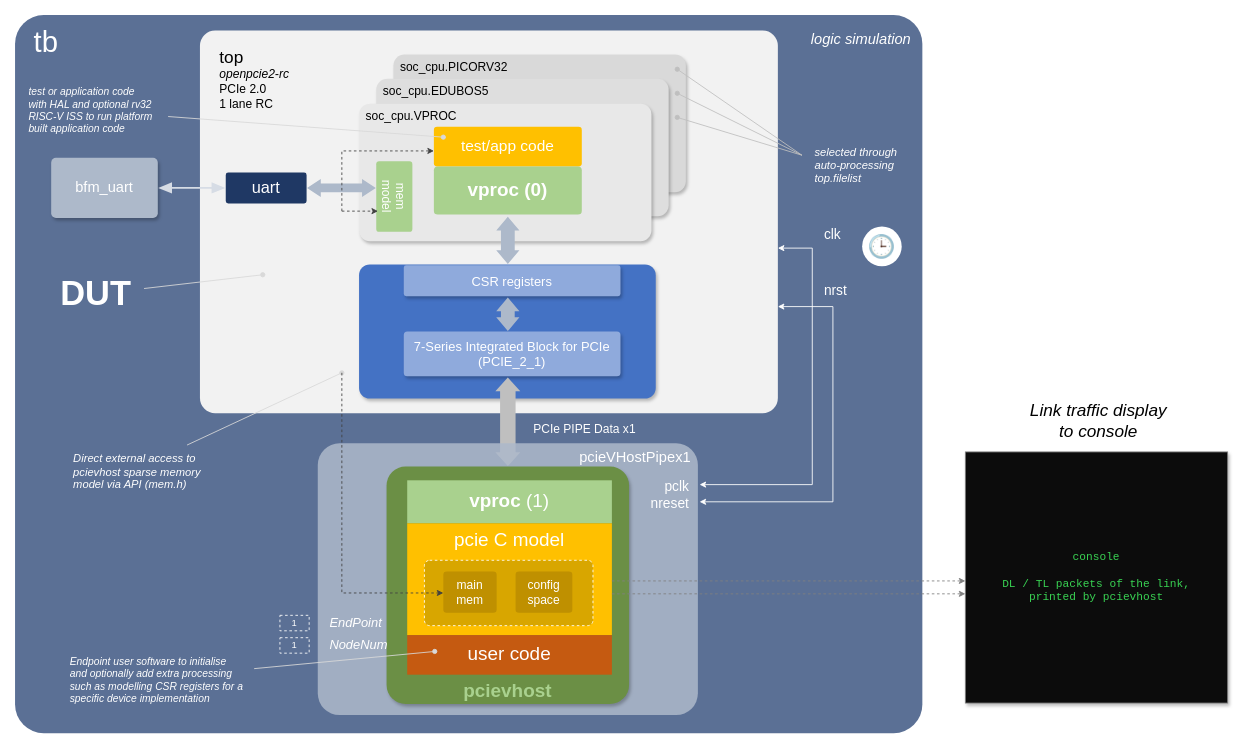
Earlier version of the draw.io diagram 0.doc/5.sim/tb-structure.drawio (chili-chips-ba/openPCIE). Source tidied: cells renumbered, new cells numbered last; positions are measured from the earlier drawing's top-left corner, leaving out a move shared by most shapes. Both pictures are drawn from the tidied source at 86%, with x=0, y=0 at pixel (15, 15).
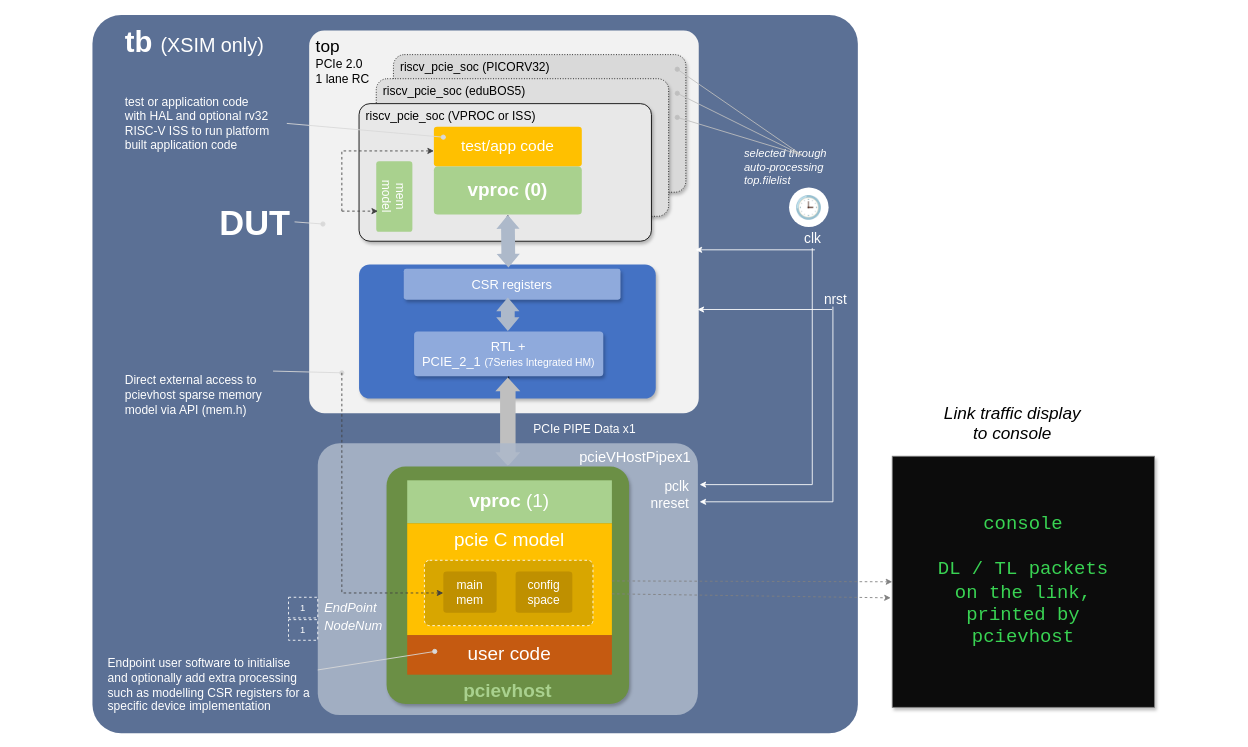
Above is the later version.

Commit message (it also covers changes not shown here):
block diagram touchups

Unchanged cells that the change refers to:
```xml
<mxCell id="11" value="&lt;b&gt;vproc&lt;/b&gt; (0)" style="rounded=1;whiteSpace=wrap;html=1;arcSize=8;fillColor=#a9d18e;strokeColor=none;fontColor=#ffffff;fontSize=22;fontStyle=0;align=center;verticalAlign=middle;spacingLeft=6;spacingRight=6;fontStyle=1;" parent="1" vertex="1">
  <mxGeometry x="487" y="176" width="172" height="56" as="geometry" />
</mxCell>
<mxCell id="17" style="rounded=1;whiteSpace=wrap;html=1;arcSize=8;fillColor=#4472c4;strokeColor=none;fontColor=#ffffff;fontSize=13;fontStyle=0;align=center;verticalAlign=middle;spacingLeft=6;spacingRight=6;shadow=1;" parent="1" vertex="1">
  <mxGeometry x="400" y="290" width="345" height="156" as="geometry" />
</mxCell>
<mxCell id="40" value="pcievhost" style="rounded=1;whiteSpace=wrap;html=1;arcSize=8;fillColor=#6b8f45;strokeColor=none;fontColor=#a9d18e;fontSize=22;fontStyle=0;align=center;verticalAlign=bottom;spacingLeft=6;spacingRight=6;shadow=1;fontStyle=1;" parent="1" vertex="1">
  <mxGeometry x="432" y="525" width="282" height="276" as="geometry" />
</mxCell>
```

Diff of the diagram source:
```diff
@@
     <mxCell id="2" style="rounded=1;whiteSpace=wrap;html=1;arcSize=8;fillColor=#5b7095;strokeColor=none;fontColor=#ffffff;fontSize=13;fontStyle=0;align=center;verticalAlign=middle;spacingLeft=6;spacingRight=6;arcSize=4;" parent="1" vertex="1">
-      <mxGeometry width="1055" height="835" as="geometry" />
+      <mxGeometry x="90" width="890" height="835" as="geometry" />
     </mxCell>
-    <mxCell id="3" value="tb" style="rounded=0;whiteSpace=wrap;html=1;arcSize=8;fillColor=none;strokeColor=none;fontColor=#ffffff;fontSize=34;fontStyle=0;align=left;verticalAlign=middle;spacingLeft=6;spacingRight=6;" parent="1" vertex="1">
-      <mxGeometry x="14" y="6" width="80" height="50" as="geometry" />
+    <mxCell id="3" value="&lt;b&gt;tb&lt;/b&gt; &lt;font style=&quot;font-size: 23px;&quot;&gt;(XSIM only)&lt;/font&gt;" style="rounded=0;whiteSpace=wrap;html=1;arcSize=8;fillColor=none;strokeColor=none;fontColor=#ffffff;fontSize=34;fontStyle=0;align=left;verticalAlign=middle;spacingLeft=6;spacingRight=6;" parent="1" vertex="1">
+      <mxGeometry x="120" y="8" width="180" height="48" as="geometry" />
     </mxCell>
-    <mxCell id="4" value="logic simulation" style="rounded=0;whiteSpace=wrap;html=1;arcSize=8;fillColor=none;strokeColor=none;fontColor=#ffffff;fontSize=17;fontStyle=2;align=right;verticalAlign=middle;spacingLeft=6;spacingRight=6;" parent="1" vertex="1">
-      <mxGeometry x="850" y="16" width="200" height="26" as="geometry" />
-    </mxCell>
     <mxCell id="5" style="rounded=1;whiteSpace=wrap;html=1;arcSize=8;fillColor=#f2f2f2;strokeColor=none;fontColor=#ffffff;fontSize=13;fontStyle=0;align=center;verticalAlign=middle;spacingLeft=6;spacingRight=6;arcSize=4;" parent="1" vertex="1">
-      <mxGeometry x="215" y="18" width="672" height="445" as="geometry" />
+      <mxGeometry x="342" y="18" width="453" height="445" as="geometry" />
     </mxCell>
-    <mxCell id="6" value="&lt;span style=&quot;font-size:20px&quot;&gt;top&lt;/span&gt;&lt;br&gt;&lt;i&gt;openpcie2-rc&lt;/i&gt;&lt;br&gt;PCIe 2.0&lt;br&gt;1 lane RC" style="rounded=0;whiteSpace=wrap;html=1;arcSize=8;fillColor=none;strokeColor=none;fontColor=#000000;fontSize=14;fontStyle=0;align=left;verticalAlign=top;spacingLeft=6;spacingRight=6;" parent="1" vertex="1">
-      <mxGeometry x="230" y="30" width="160" height="100" as="geometry" />
+    <mxCell id="6" value="&lt;span style=&quot;font-size:20px&quot;&gt;top&lt;/span&gt;&lt;br&gt;PCIe 2.0&lt;br&gt;1 lane RC" style="rounded=0;whiteSpace=wrap;html=1;arcSize=8;fillColor=none;strokeColor=none;fontColor=#000000;fontSize=14;fontStyle=0;align=left;verticalAlign=top;spacingLeft=6;spacingRight=6;" parent="1" vertex="1">
+      <mxGeometry x="342" y="18" width="160" height="100" as="geometry" />
     </mxCell>
-    <mxCell id="7" value="soc_cpu.PICORV32" style="rounded=1;whiteSpace=wrap;html=1;arcSize=8;fillColor=#d9d9d9;strokeColor=none;fontColor=#000000;fontSize=14;fontStyle=0;align=left;verticalAlign=top;spacingLeft=6;spacingRight=6;shadow=1;" parent="1" vertex="1">
+    <mxCell id="7" value="riscv_pcie_soc (PICORV32)" style="rounded=1;whiteSpace=wrap;html=1;arcSize=8;fillColor=#d9d9d9;strokeColor=default;fontColor=#000000;fontSize=14;fontStyle=0;align=left;verticalAlign=top;spacingLeft=6;spacingRight=6;shadow=1;dashed=1;dashPattern=1 2;" parent="1" vertex="1">
       <mxGeometry x="440" y="46" width="340" height="160" as="geometry" />
     </mxCell>
-    <mxCell id="8" value="soc_cpu.EDUBOS5" style="rounded=1;whiteSpace=wrap;html=1;arcSize=8;fillColor=#dedede;strokeColor=none;fontColor=#000000;fontSize=14;fontStyle=0;align=left;verticalAlign=top;spacingLeft=6;spacingRight=6;shadow=1;" parent="1" vertex="1">
+    <mxCell id="8" value="riscv_pcie_soc (eduBOS5)" style="rounded=1;whiteSpace=wrap;html=1;arcSize=8;fillColor=#dedede;strokeColor=default;fontColor=#000000;fontSize=14;fontStyle=0;align=left;verticalAlign=top;spacingLeft=6;spacingRight=6;shadow=1;dashed=1;dashPattern=1 2;" parent="1" vertex="1">
       <mxGeometry x="420" y="74" width="340" height="160" as="geometry" />
     </mxCell>
-    <mxCell id="9" value="soc_cpu.VPROC" style="rounded=1;whiteSpace=wrap;html=1;arcSize=8;fillColor=#e8e8e8;strokeColor=none;fontColor=#000000;fontSize=14;fontStyle=0;align=left;verticalAlign=top;spacingLeft=6;spacingRight=6;shadow=1;" parent="1" vertex="1">
+    <mxCell id="9" value="riscv_pcie_soc (VPROC or ISS)" style="rounded=1;whiteSpace=wrap;html=1;arcSize=8;fillColor=#e8e8e8;strokeColor=default;fontColor=#000000;fontSize=14;fontStyle=0;align=left;verticalAlign=top;spacingLeft=6;spacingRight=6;shadow=1;" parent="1" vertex="1">
       <mxGeometry x="400" y="103" width="340" height="160" as="geometry" />
     </mxCell>
@@
-    <mxCell id="13" value="uart" style="rounded=1;whiteSpace=wrap;html=1;arcSize=8;fillColor=#1f3864;strokeColor=none;fontColor=#ffffff;fontSize=19;fontStyle=0;align=center;verticalAlign=middle;spacingLeft=6;spacingRight=6;" parent="1" vertex="1">
-      <mxGeometry x="245" y="183" width="94" height="36" as="geometry" />
-    </mxCell>
-    <mxCell id="14" value="bfm_uart" style="rounded=1;whiteSpace=wrap;html=1;arcSize=8;fillColor=#adb9ca;strokeColor=none;fontColor=#ffffff;fontSize=17;fontStyle=0;align=center;verticalAlign=middle;spacingLeft=6;spacingRight=6;shadow=1;" parent="1" vertex="1">
-      <mxGeometry x="42" y="166" width="124" height="70" as="geometry" />
-    </mxCell>
-    <mxCell id="15" style="shape=flexArrow;html=1;endArrow=block;endSize=5;startArrow=block;startSize=5;width=2;endWidth=10;startWidth=10;fillColor=#d6dce5;strokeColor=none;fontColor=#ffffff;fontSize=13;fontStyle=1;" parent="1" edge="1">
-      <mxGeometry relative="1" as="geometry">
-        <mxPoint x="166" y="201" as="sourcePoint" />
-        <mxPoint x="245" y="201" as="targetPoint" />
-      </mxGeometry>
-    </mxCell>
-    <mxCell id="16" style="shape=flexArrow;html=1;endArrow=block;endSize=5;startArrow=block;startSize=5;width=10;endWidth=10;startWidth=10;fillColor=#adb9ca;strokeColor=none;fontColor=#ffffff;fontSize=13;fontStyle=1;" parent="1" edge="1">
-      <mxGeometry relative="1" as="geometry">
-        <mxPoint x="339" y="201" as="sourcePoint" />
-        <mxPoint x="420" y="201" as="targetPoint" />
-      </mxGeometry>
-    </mxCell>
+    <mxCell id="63" style="edgeStyle=orthogonalEdgeStyle;rounded=0;jettySize=auto;html=1;" parent="1" edge="1" source="17" target="11">
+      <mxGeometry relative="1" as="geometry" />
+    </mxCell>
@@
     <mxCell id="18" value="CSR registers" style="rounded=1;whiteSpace=wrap;html=1;arcSize=8;fillColor=#8faadc;strokeColor=none;fontColor=#ffffff;fontSize=15;fontStyle=0;align=center;verticalAlign=middle;spacingLeft=6;spacingRight=6;shadow=1;" parent="1" vertex="1">
-      <mxGeometry x="452" y="291" width="252" height="36" as="geometry" />
+      <mxGeometry x="452" y="295" width="252" height="36" as="geometry" />
     </mxCell>
+    <mxCell id="64" style="edgeStyle=orthogonalEdgeStyle;rounded=0;jettySize=auto;html=1;" parent="1" edge="1" source="19" target="40">
+      <mxGeometry relative="1" as="geometry" />
+    </mxCell>
-    <mxCell id="19" value="7-Series Integrated Block for PCIe&lt;br&gt;(PCIE_2_1)" style="rounded=1;whiteSpace=wrap;html=1;arcSize=8;fillColor=#8faadc;strokeColor=none;fontColor=#ffffff;fontSize=15;fontStyle=0;align=center;verticalAlign=middle;spacingLeft=6;spacingRight=6;shadow=1;" parent="1" vertex="1">
-      <mxGeometry x="452" y="368" width="252" height="52" as="geometry" />
+    <mxCell id="19" value="RTL +&lt;div&gt;PCIE_2_1 &lt;font style=&quot;font-size: 12px;&quot;&gt;(7Series Integrated HM)&lt;/font&gt;&lt;/div&gt;" style="rounded=1;whiteSpace=wrap;html=1;arcSize=8;fillColor=#8faadc;strokeColor=none;fontColor=#ffffff;fontSize=15;fontStyle=0;align=center;verticalAlign=middle;spacingLeft=6;spacingRight=6;shadow=1;" parent="1" vertex="1">
+      <mxGeometry x="464" y="368" width="220" height="52" as="geometry" />
     </mxCell>
-    <mxCell id="20" style="shape=flexArrow;html=1;endArrow=block;endSize=5;startArrow=block;startSize=5;width=16;endWidth=10;startWidth=10;fillColor=#adb9ca;strokeColor=none;fontColor=#ffffff;fontSize=13;fontStyle=1;" parent="1" edge="1">
+    <mxCell id="20" style="shape=flexArrow;html=1;endArrow=block;endSize=5;startArrow=block;startSize=5;width=16;endWidth=10;startWidth=10;fillColor=#adb9ca;strokeColor=none;fontColor=#ffffff;fontSize=13;fontStyle=1;exitX=0.5;exitY=1;exitDx=0;exitDy=0;" parent="1" edge="1" source="11">
       <mxGeometry relative="1" as="geometry">
-        <mxPoint x="573" y="234" as="sourcePoint" />
-        <mxPoint x="573" y="290" as="targetPoint" />
+        <mxPoint x="573.7" y="294.1" as="targetPoint" />
       </mxGeometry>
     </mxCell>
@@
     <mxCell id="24" value="DUT" style="rounded=0;whiteSpace=wrap;html=1;arcSize=8;fillColor=none;strokeColor=none;fontColor=#ffffff;fontSize=40;fontStyle=1;align=left;verticalAlign=middle;spacingLeft=6;spacingRight=6;" parent="1" vertex="1">
-      <mxGeometry x="45" y="293" width="140" height="60" as="geometry" />
+      <mxGeometry x="230" y="210.5" width="95" height="60" as="geometry" />
     </mxCell>
-    <mxCell id="25" style="html=1;endArrow=oval;endSize=5;strokeColor=#d9d9d9;rounded=0;" parent="1" edge="1">
+    <mxCell id="25" style="html=1;endArrow=oval;endSize=5;strokeColor=#d9d9d9;rounded=0;exitX=1;exitY=0.5;exitDx=0;exitDy=0;" parent="1" edge="1" source="24">
       <mxGeometry relative="1" as="geometry">
-        <mxPoint x="150" y="318" as="sourcePoint" />
-        <mxPoint x="288" y="302" as="targetPoint" />
+        <mxPoint x="358" y="243" as="targetPoint" />
       </mxGeometry>
     </mxCell>
-    <mxCell id="26" value="test or application code&lt;br&gt;with HAL and optional rv32&lt;br&gt;RISC-V ISS to run platform&lt;br&gt;built application code" style="rounded=0;whiteSpace=wrap;html=1;arcSize=8;fillColor=none;strokeColor=none;fontColor=#ffffff;fontSize=12;fontStyle=2;align=left;verticalAlign=middle;spacingLeft=6;spacingRight=6;" parent="1" vertex="1">
-      <mxGeometry x="8" y="76" width="210" height="70" as="geometry" />
+    <mxCell id="26" value="&lt;span style=&quot;font-style: normal;&quot;&gt;&lt;font style=&quot;font-size: 14px;&quot;&gt;test or application code&lt;br&gt;with HAL and optional rv32&lt;br&gt;RISC-V ISS to run platform&lt;br&gt;built application code&lt;/font&gt;&lt;/span&gt;" style="rounded=0;whiteSpace=wrap;html=1;arcSize=8;fillColor=none;strokeColor=none;fontColor=#ffffff;fontSize=12;fontStyle=2;align=left;verticalAlign=middle;spacingLeft=6;spacingRight=6;" parent="1" vertex="1">
+      <mxGeometry x="120" y="91" width="196" height="70" as="geometry" />
     </mxCell>
-    <mxCell id="27" style="html=1;endArrow=oval;endSize=5;strokeColor=#d9d9d9;rounded=0;" parent="1" edge="1">
+    <mxCell id="27" style="html=1;endArrow=oval;endSize=5;strokeColor=#d9d9d9;rounded=0;exitX=1;exitY=0.5;exitDx=0;exitDy=0;" parent="1" edge="1" source="26">
       <mxGeometry relative="1" as="geometry">
-        <mxPoint x="178" y="118" as="sourcePoint" />
         <mxPoint x="498" y="142" as="targetPoint" />
       </mxGeometry>
     </mxCell>
     <mxCell id="28" value="selected through&lt;br&gt;auto-processing&lt;br&gt;top.filelist" style="rounded=0;whiteSpace=wrap;html=1;arcSize=8;fillColor=none;strokeColor=none;fontColor=#ffffff;fontSize=13;fontStyle=2;align=left;verticalAlign=middle;spacingLeft=6;spacingRight=6;" parent="1" vertex="1">
-      <mxGeometry x="922" y="146" width="140" height="58" as="geometry" />
+      <mxGeometry x="840" y="148" width="140" height="58" as="geometry" />
     </mxCell>
@@
     <mxCell id="32" value="clk" style="rounded=0;whiteSpace=wrap;html=1;arcSize=8;fillColor=none;strokeColor=none;fontColor=#ffffff;fontSize=16;fontStyle=0;align=left;verticalAlign=middle;spacingLeft=6;spacingRight=6;" parent="1" vertex="1">
-      <mxGeometry x="933" y="243" width="50" height="24" as="geometry" />
+      <mxGeometry x="910" y="246.5" width="50" height="24" as="geometry" />
     </mxCell>
     <mxCell id="33" value="&amp;#x1F552;" style="rounded=0;whiteSpace=wrap;html=1;arcSize=8;fillColor=#ffffff;strokeColor=none;fontColor=#000000;fontSize=26;fontStyle=0;align=center;verticalAlign=middle;spacingLeft=6;spacingRight=6;ellipse;" parent="1" vertex="1">
-      <mxGeometry x="985" y="246" width="46" height="46" as="geometry" />
+      <mxGeometry x="900" y="200.5" width="46" height="46" as="geometry" />
     </mxCell>
     <mxCell id="34" value="nrst" style="rounded=0;whiteSpace=wrap;html=1;arcSize=8;fillColor=none;strokeColor=none;fontColor=#ffffff;fontSize=16;fontStyle=0;align=left;verticalAlign=middle;spacingLeft=6;spacingRight=6;" parent="1" vertex="1">
-      <mxGeometry x="933" y="308" width="60" height="24" as="geometry" />
+      <mxGeometry x="933" y="318" width="60" height="24" as="geometry" />
     </mxCell>
-    <mxCell id="35" style="html=1;endArrow=classic;endSize=5;strokeColor=#ffffff;rounded=0;" parent="1" edge="1">
+    <mxCell id="35" style="html=1;endArrow=classic;endSize=5;strokeColor=#ffffff;rounded=0;entryX=0.992;entryY=0.573;entryDx=0;entryDy=0;entryPerimeter=0;" parent="1" edge="1" target="5">
       <mxGeometry relative="1" as="geometry">
-        <mxPoint x="927" y="271" as="sourcePoint" />
-        <mxPoint x="887" y="271" as="targetPoint" />
+        <mxPoint x="930" y="273" as="sourcePoint" />
       </mxGeometry>
     </mxCell>
-    <mxCell id="36" style="html=1;endArrow=classic;endSize=5;strokeColor=#ffffff;rounded=0;" parent="1" edge="1">
+    <mxCell id="36" style="html=1;endArrow=classic;endSize=5;strokeColor=#ffffff;rounded=0;entryX=0.997;entryY=0.729;entryDx=0;entryDy=0;entryPerimeter=0;" parent="1" edge="1" target="5">
       <mxGeometry relative="1" as="geometry">
-        <mxPoint x="951" y="339" as="sourcePoint" />
-        <mxPoint x="887" y="339" as="targetPoint" />
+        <mxPoint x="950" y="342.4" as="sourcePoint" />
       </mxGeometry>
     </mxCell>
@@
     <mxCell id="48" value="EndPoint" style="rounded=0;whiteSpace=wrap;html=1;arcSize=8;fillColor=none;strokeColor=none;fontColor=#ffffff;fontSize=15;fontStyle=2;align=left;verticalAlign=middle;spacingLeft=6;spacingRight=6;" parent="1" vertex="1">
-      <mxGeometry x="358" y="696" width="80" height="20" as="geometry" />
+      <mxGeometry x="352" y="677" width="80" height="24" as="geometry" />
     </mxCell>
     <mxCell id="49" value="NodeNum" style="rounded=0;whiteSpace=wrap;html=1;arcSize=8;fillColor=none;strokeColor=none;fontColor=#ffffff;fontSize=15;fontStyle=2;align=left;verticalAlign=middle;spacingLeft=6;spacingRight=6;" parent="1" vertex="1">
-      <mxGeometry x="358" y="722" width="80" height="20" as="geometry" />
+      <mxGeometry x="352" y="699" width="80" height="20" as="geometry" />
     </mxCell>
     <mxCell id="50" value="1" style="rounded=0;whiteSpace=wrap;html=1;arcSize=8;fillColor=none;strokeColor=#ffffff;fontColor=#ffffff;fontSize=11;fontStyle=0;align=center;verticalAlign=middle;spacingLeft=6;spacingRight=6;dashed=1;" parent="1" vertex="1">
-      <mxGeometry x="308" y="698" width="34" height="18" as="geometry" />
+      <mxGeometry x="318" y="677" width="34" height="24" as="geometry" />
     </mxCell>
     <mxCell id="51" value="1" style="rounded=0;whiteSpace=wrap;html=1;arcSize=8;fillColor=none;strokeColor=#ffffff;fontColor=#ffffff;fontSize=11;fontStyle=0;align=center;verticalAlign=middle;spacingLeft=6;spacingRight=6;dashed=1;" parent="1" vertex="1">
-      <mxGeometry x="308" y="724" width="34" height="18" as="geometry" />
+      <mxGeometry x="318" y="703" width="34" height="24" as="geometry" />
     </mxCell>
-    <mxCell id="52" value="Direct external access to&lt;br&gt;pcievhost sparse memory&lt;br&gt;model via API (mem.h)" style="rounded=0;whiteSpace=wrap;html=1;arcSize=8;fillColor=none;strokeColor=none;fontColor=#ffffff;fontSize=13;fontStyle=2;align=left;verticalAlign=middle;spacingLeft=6;spacingRight=6;" parent="1" vertex="1">
-      <mxGeometry x="60" y="503" width="220" height="56" as="geometry" />
+    <mxCell id="52" value="&lt;span style=&quot;font-style: normal;&quot;&gt;&lt;font style=&quot;font-size: 14px;&quot;&gt;Direct external access to&lt;br&gt;pcievhost sparse memory&lt;br&gt;model via API (mem.h)&lt;/font&gt;&lt;/span&gt;" style="rounded=0;whiteSpace=wrap;html=1;arcSize=8;fillColor=none;strokeColor=none;fontColor=#ffffff;fontSize=13;fontStyle=2;align=left;verticalAlign=middle;spacingLeft=6;spacingRight=6;" parent="1" vertex="1">
+      <mxGeometry x="120" y="414" width="180" height="56" as="geometry" />
     </mxCell>
-    <mxCell id="53" style="html=1;endArrow=oval;endSize=5;strokeColor=#d9d9d9;rounded=0;" parent="1" edge="1">
+    <mxCell id="53" style="html=1;endArrow=oval;endSize=5;strokeColor=#d9d9d9;rounded=0;exitX=1;exitY=0;exitDx=0;exitDy=0;" parent="1" edge="1" source="52">
       <mxGeometry relative="1" as="geometry">
-        <mxPoint x="200" y="500" as="sourcePoint" />
         <mxPoint x="380" y="416" as="targetPoint" />
       </mxGeometry>
     </mxCell>
@@
-    <mxCell id="57" value="Endpoint user software to initialise&lt;br&gt;and optionally add extra processing&lt;br&gt;such as modelling CSR registers for a&lt;br&gt;specific device implementation" style="rounded=0;whiteSpace=wrap;html=1;arcSize=8;fillColor=none;strokeColor=none;fontColor=#ffffff;fontSize=12;fontStyle=2;align=left;verticalAlign=middle;spacingLeft=6;spacingRight=6;" parent="1" vertex="1">
-      <mxGeometry x="56" y="738" width="230" height="70" as="geometry" />
+    <mxCell id="57" value="&lt;span style=&quot;font-style: normal;&quot;&gt;&lt;font style=&quot;font-size: 14px;&quot;&gt;Endpoint user software to initialise&lt;br&gt;and optionally add extra processing&lt;br&gt;such as modelling CSR registers for a&lt;br&gt;specific device implementation&lt;/font&gt;&lt;/span&gt;" style="rounded=0;whiteSpace=wrap;html=1;arcSize=8;fillColor=none;strokeColor=none;fontColor=#ffffff;fontSize=12;fontStyle=2;align=left;verticalAlign=middle;spacingLeft=6;spacingRight=6;" parent="1" vertex="1">
+      <mxGeometry x="100" y="744" width="252" height="70" as="geometry" />
     </mxCell>
-    <mxCell id="58" style="html=1;endArrow=oval;endSize=5;strokeColor=#d9d9d9;rounded=0;" parent="1" edge="1">
+    <mxCell id="58" style="html=1;endArrow=oval;endSize=5;strokeColor=#d9d9d9;rounded=0;exitX=1;exitY=0.25;exitDx=0;exitDy=0;" parent="1" edge="1" source="57">
       <mxGeometry relative="1" as="geometry">
-        <mxPoint x="278" y="760" as="sourcePoint" />
         <mxPoint x="488" y="740" as="targetPoint" />
       </mxGeometry>
     </mxCell>
     <mxCell id="59" value="Link traffic display&lt;br&gt;to console" style="rounded=0;whiteSpace=wrap;html=1;arcSize=8;fillColor=none;strokeColor=none;fontColor=#000000;fontSize=20;fontStyle=2;align=center;verticalAlign=middle;spacingLeft=6;spacingRight=6;" parent="1" vertex="1">
-      <mxGeometry x="1140" y="443" width="240" height="56" as="geometry" />
+      <mxGeometry x="1040" y="446" width="240" height="56" as="geometry" />
     </mxCell>
-    <mxCell id="60" value="console&lt;br&gt;&lt;br&gt;DL / TL packets of the link,&lt;br&gt;printed by pcievhost" style="rounded=0;whiteSpace=wrap;html=1;arcSize=8;fillColor=#0c0c0c;strokeColor=#7f7f7f;fontColor=#39d353;fontSize=13;fontStyle=0;align=center;verticalAlign=middle;spacingLeft=6;spacingRight=6;fontFamily=Courier New;shadow=1;" parent="1" vertex="1">
-      <mxGeometry x="1105" y="508" width="305" height="292" as="geometry" />
+    <mxCell id="60" value="&lt;font style=&quot;font-size: 22px;&quot;&gt;console&lt;br&gt;&lt;br&gt;DL / TL packets&lt;/font&gt;&lt;div&gt;&lt;font style=&quot;font-size: 22px;&quot;&gt;on the link,&lt;br&gt;printed&amp;nbsp;&lt;/font&gt;&lt;span style=&quot;font-size: 22px; background-color: transparent; color: light-dark(rgb(57, 211, 83), rgb(0, 128, 18));&quot;&gt;by&lt;/span&gt;&lt;/div&gt;&lt;div&gt;&lt;span style=&quot;font-size: 22px; background-color: transparent; color: light-dark(rgb(57, 211, 83), rgb(0, 128, 18));&quot;&gt;pcievhost&lt;/span&gt;&lt;/div&gt;" style="rounded=0;whiteSpace=wrap;html=1;arcSize=8;fillColor=#0c0c0c;strokeColor=#7f7f7f;fontColor=#39d353;fontSize=13;fontStyle=0;align=center;verticalAlign=middle;spacingLeft=6;spacingRight=6;fontFamily=Courier New;shadow=1;" parent="1" vertex="1">
+      <mxGeometry x="1020" y="513" width="305" height="292" as="geometry" />
     </mxCell>
-    <mxCell id="61" style="html=1;endArrow=classic;endSize=5;strokeColor=#7f7f7f;dashed=1;rounded=0;" parent="1" edge="1">
+    <mxCell id="61" style="html=1;endArrow=classic;endSize=5;strokeColor=#7f7f7f;dashed=1;rounded=0;entryX=0;entryY=0.5;entryDx=0;entryDy=0;" parent="1" edge="1" target="60">
       <mxGeometry relative="1" as="geometry">
         <mxPoint x="694" y="658" as="sourcePoint" />
-        <mxPoint x="1105" y="658" as="targetPoint" />
       </mxGeometry>
     </mxCell>
-    <mxCell id="62" style="html=1;endArrow=classic;endSize=5;strokeColor=#7f7f7f;dashed=1;rounded=0;" parent="1" edge="1">
+    <mxCell id="62" style="html=1;endArrow=classic;endSize=5;strokeColor=#7f7f7f;dashed=1;rounded=0;entryX=-0.006;entryY=0.564;entryDx=0;entryDy=0;entryPerimeter=0;" parent="1" edge="1" target="60">
       <mxGeometry relative="1" as="geometry">
         <mxPoint x="694" y="673" as="sourcePoint" />
-        <mxPoint x="1105" y="673" as="targetPoint" />
       </mxGeometry>
     </mxCell>
```
